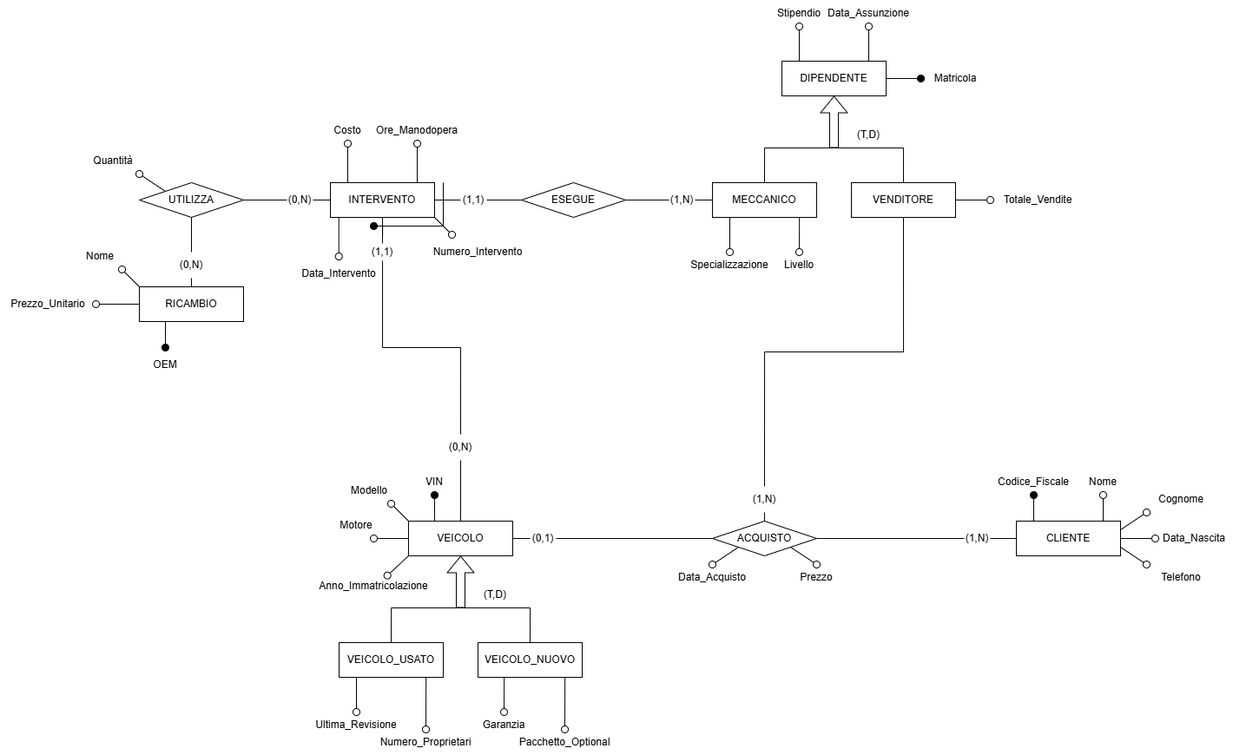
Before: Schema ER.png, a diagram exported from draw.io (Ahwrs/ProgettoBasi). Source tidied: cells renumbered, new cells last; positions are measured from the earlier drawing's top-left corner, leaving out a move shared by most shapes.
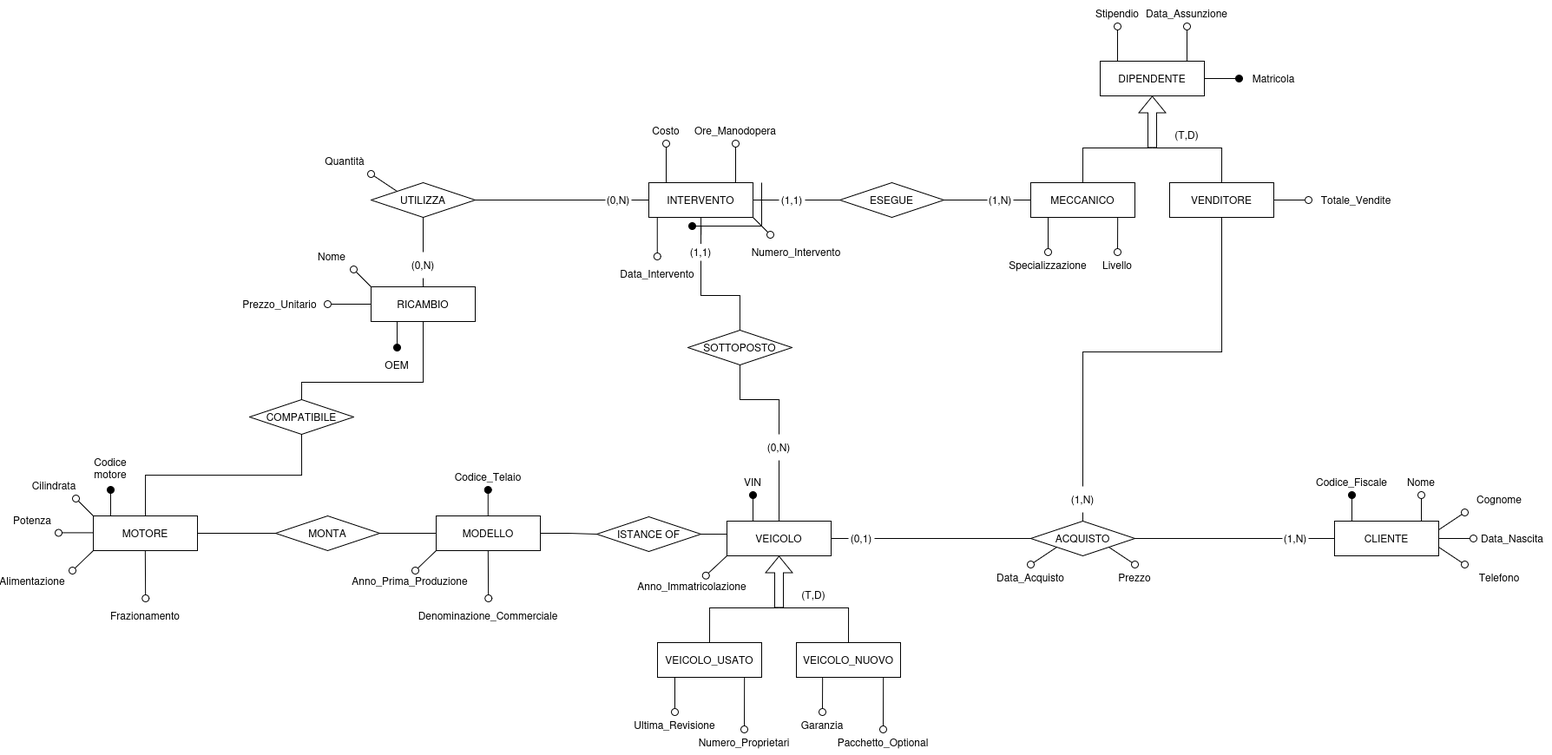
After the change.

The edit, as a diff of the source:
```diff
@@ -5,12 +5,6 @@
     <mxCell id="2" style="rounded=0;jettySize=auto;html=1;exitX=0.25;exitY=0;exitDx=0;exitDy=0;endArrow=oval;endFill=1;entryX=0.5;entryY=1;entryDx=0;entryDy=0;startSize=8;endSize=8;" parent="1" edge="1" source="8" target="9">
       <mxGeometry relative="1" as="geometry" />
     </mxCell>
-    <mxCell id="3" style="rounded=0;jettySize=auto;html=1;exitX=0;exitY=0;exitDx=0;exitDy=0;endArrow=oval;endFill=0;entryX=1;entryY=1;entryDx=0;entryDy=0;startSize=8;endSize=8;" parent="1" edge="1" source="8" target="12">
-      <mxGeometry relative="1" as="geometry" />
-    </mxCell>
-    <mxCell id="4" style="rounded=0;jettySize=auto;html=1;exitX=0;exitY=0.5;exitDx=0;exitDy=0;endArrow=oval;endFill=0;entryX=1;entryY=1;entryDx=0;entryDy=0;startSize=8;endSize=8;" parent="1" edge="1" source="8" target="11">
-      <mxGeometry relative="1" as="geometry" />
-    </mxCell>
     <mxCell id="5" style="rounded=0;jettySize=auto;html=1;exitX=0;exitY=1;exitDx=0;exitDy=0;endArrow=oval;endFill=0;entryX=0.892;entryY=0.09;entryDx=0;entryDy=0;entryPerimeter=0;startSize=8;endSize=8;" parent="1" edge="1" source="8" target="10">
       <mxGeometry relative="1" as="geometry" />
     </mxCell>
@@ -29,12 +23,6 @@
     <mxCell id="10" value="Anno_Immatricolazione" style="text;html=1;whiteSpace=wrap;strokeColor=none;fillColor=none;align=center;verticalAlign=middle;rounded=0;" parent="1" vertex="1">
       <mxGeometry x="410" y="660" width="40" height="30" as="geometry" />
     </mxCell>
-    <mxCell id="11" value="Motore" style="text;html=1;whiteSpace=wrap;strokeColor=none;fillColor=none;align=center;verticalAlign=middle;rounded=0;" parent="1" vertex="1">
-      <mxGeometry x="390" y="590" width="40" height="30" as="geometry" />
-    </mxCell>
-    <mxCell id="12" value="Modello" style="text;html=1;whiteSpace=wrap;strokeColor=none;fillColor=none;align=center;verticalAlign=middle;rounded=0;" parent="1" vertex="1">
-      <mxGeometry x="400" y="550" width="50" height="30" as="geometry" />
-    </mxCell>
     <mxCell id="13" style="rounded=0;jettySize=auto;html=1;exitX=0.25;exitY=0;exitDx=0;exitDy=0;endArrow=oval;endFill=1;entryX=0.5;entryY=1;entryDx=0;entryDy=0;startSize=8;endSize=8;" parent="1" edge="1" target="16">
       <mxGeometry relative="1" as="geometry">
         <mxPoint x="1190" y="600" as="sourcePoint" />
@@ -275,11 +263,11 @@
     </mxCell>
     <mxCell id="74" style="rounded=0;jettySize=auto;html=1;exitX=0;exitY=0;exitDx=0;exitDy=0;endArrow=oval;endFill=0;startSize=8;endSize=8;" parent="1" edge="1" source="75">
       <mxGeometry relative="1" as="geometry">
-        <mxPoint x="160" y="200" as="targetPoint" />
+        <mxPoint x="60" y="200" as="targetPoint" />
       </mxGeometry>
     </mxCell>
     <mxCell id="75" value="UTILIZZA" style="rhombus;whiteSpace=wrap;html=1;" parent="1" vertex="1">
-      <mxGeometry x="160" y="210" width="120" height="40" as="geometry" />
+      <mxGeometry x="60" y="210" width="120" height="40" as="geometry" />
     </mxCell>
     <mxCell id="76" style="rounded=0;jettySize=auto;html=1;exitX=0.25;exitY=1;exitDx=0;exitDy=0;endArrow=oval;endFill=1;startSize=8;endSize=8;entryX=0.5;entryY=0;entryDx=0;entryDy=0;" parent="1" edge="1" source="80" target="81">
       <mxGeometry relative="1" as="geometry" />
@@ -294,16 +282,16 @@
       <mxGeometry relative="1" as="geometry" />
     </mxCell>
     <mxCell id="80" value="RICAMBIO" style="rounded=0;whiteSpace=wrap;html=1;" parent="1" vertex="1">
-      <mxGeometry x="160" y="330" width="120" height="40" as="geometry" />
+      <mxGeometry x="60" y="330" width="120" height="40" as="geometry" />
     </mxCell>
     <mxCell id="81" value="OEM" style="text;html=1;whiteSpace=wrap;strokeColor=none;fillColor=none;align=center;verticalAlign=middle;rounded=0;" parent="1" vertex="1">
-      <mxGeometry x="170" y="400" width="40" height="40" as="geometry" />
+      <mxGeometry x="70" y="400" width="40" height="40" as="geometry" />
     </mxCell>
     <mxCell id="82" value="Prezzo_Unitario" style="text;html=1;whiteSpace=wrap;strokeColor=none;fillColor=none;align=center;verticalAlign=middle;rounded=0;" parent="1" vertex="1">
-      <mxGeometry y="335" width="110" height="30" as="geometry" />
+      <mxGeometry x="-100" y="335" width="110" height="30" as="geometry" />
     </mxCell>
     <mxCell id="83" value="Nome" style="text;html=1;whiteSpace=wrap;strokeColor=none;fillColor=none;align=center;verticalAlign=middle;rounded=0;" parent="1" vertex="1">
-      <mxGeometry x="90" y="280" width="50" height="30" as="geometry" />
+      <mxGeometry x="-10" y="280" width="50" height="30" as="geometry" />
     </mxCell>
     <mxCell id="84" style="edgeStyle=none;curved=1;rounded=0;orthogonalLoop=1;jettySize=auto;html=1;exitX=0.25;exitY=0;exitDx=0;exitDy=0;fontSize=12;startSize=8;endSize=8;endArrow=oval;endFill=0;entryX=0.5;entryY=1;entryDx=0;entryDy=0;" parent="1" edge="1">
       <mxGeometry relative="1" as="geometry">
@@ -323,9 +311,9 @@
       <mxGeometry x="630" y="840" width="40" height="30" as="geometry" />
     </mxCell>
     <mxCell id="88" value="Quantità" style="text;html=1;whiteSpace=wrap;strokeColor=none;fillColor=none;align=center;verticalAlign=middle;rounded=0;" parent="1" vertex="1">
-      <mxGeometry x="100" y="170" width="60" height="30" as="geometry" />
+      <mxGeometry y="170" width="60" height="30" as="geometry" />
     </mxCell>
-    <mxCell id="89" style="rounded=0;jettySize=auto;html=1;exitX=0.5;exitY=0;exitDx=0;exitDy=0;edgeStyle=orthogonalEdgeStyle;endArrow=none;endFill=0;" parent="1" edge="1" source="102" target="90">
+    <mxCell id="89" style="rounded=0;jettySize=auto;html=1;exitX=0.5;exitY=0;exitDx=0;exitDy=0;edgeStyle=orthogonalEdgeStyle;endArrow=none;endFill=0;" parent="1" edge="1" source="120" target="90">
       <mxGeometry relative="1" as="geometry" />
     </mxCell>
     <mxCell id="90" value="(1,1)" style="text;html=1;whiteSpace=wrap;strokeColor=none;fillColor=none;align=center;verticalAlign=middle;rounded=0;" parent="1" vertex="1">
@@ -377,7 +365,125 @@
       <mxGeometry relative="1" as="geometry" />
     </mxCell>
     <mxCell id="106" value="(0,N)" style="text;html=1;whiteSpace=wrap;strokeColor=none;fillColor=none;align=center;verticalAlign=middle;rounded=0;" parent="1" vertex="1">
-      <mxGeometry x="205" y="290" width="30" height="30" as="geometry" />
+      <mxGeometry x="105" y="290" width="30" height="30" as="geometry" />
     </mxCell>
+    <mxCell id="107" value="MOTORE" style="rounded=0;whiteSpace=wrap;html=1;" parent="1" vertex="1">
+      <mxGeometry x="-260" y="594" width="120" height="40" as="geometry" />
+    </mxCell>
+    <mxCell id="108" style="rounded=0;orthogonalLoop=1;jettySize=auto;html=1;exitX=0.25;exitY=0;exitDx=0;exitDy=0;endArrow=oval;endFill=1;startSize=8;endSize=8;" parent="1" edge="1">
+      <mxGeometry relative="1" as="geometry">
+        <mxPoint x="-240" y="594" as="sourcePoint" />
+        <mxPoint x="-240" y="564" as="targetPoint" />
+      </mxGeometry>
+    </mxCell>
+    <mxCell id="109" value="Codice motore" style="text;html=1;whiteSpace=wrap;strokeColor=none;fillColor=none;align=center;verticalAlign=middle;rounded=0;" parent="1" vertex="1">
+      <mxGeometry x="-260" y="524" width="40" height="30" as="geometry" />
+    </mxCell>
+    <mxCell id="110" style="rounded=0;orthogonalLoop=1;jettySize=auto;html=1;exitX=0;exitY=0;exitDx=0;exitDy=0;endArrow=oval;endFill=0;entryX=1;entryY=1;entryDx=0;entryDy=0;startSize=8;endSize=8;" parent="1" edge="1">
+      <mxGeometry relative="1" as="geometry">
+        <mxPoint x="-260" y="594" as="sourcePoint" />
+        <mxPoint x="-280" y="574" as="targetPoint" />
+      </mxGeometry>
+    </mxCell>
+    <mxCell id="111" value="Cilindrata" style="text;html=1;whiteSpace=wrap;strokeColor=none;fillColor=none;align=center;verticalAlign=middle;rounded=0;" parent="1" vertex="1">
+      <mxGeometry x="-330" y="544" width="50" height="30" as="geometry" />
+    </mxCell>
+    <mxCell id="112" style="rounded=0;orthogonalLoop=1;jettySize=auto;html=1;exitX=0;exitY=0.5;exitDx=0;exitDy=0;endArrow=oval;endFill=0;entryX=1;entryY=1;entryDx=0;entryDy=0;startSize=8;endSize=8;" parent="1" edge="1">
+      <mxGeometry relative="1" as="geometry">
+        <mxPoint x="-260" y="613.4" as="sourcePoint" />
+        <mxPoint x="-300" y="613.4" as="targetPoint" />
+      </mxGeometry>
+    </mxCell>
+    <mxCell id="113" value="Potenza" style="text;html=1;whiteSpace=wrap;strokeColor=none;fillColor=none;align=center;verticalAlign=middle;rounded=0;" parent="1" vertex="1">
+      <mxGeometry x="-350" y="584" width="40" height="30" as="geometry" />
+    </mxCell>
+    <mxCell id="114" style="rounded=0;orthogonalLoop=1;jettySize=auto;html=1;exitX=0;exitY=1;exitDx=0;exitDy=0;endArrow=oval;endFill=0;entryX=0.892;entryY=0.09;entryDx=0;entryDy=0;entryPerimeter=0;startSize=8;endSize=8;" parent="1" edge="1">
+      <mxGeometry relative="1" as="geometry">
+        <mxPoint x="-260" y="634" as="sourcePoint" />
+        <mxPoint x="-284" y="657" as="targetPoint" />
+      </mxGeometry>
+    </mxCell>
+    <mxCell id="115" value="Alimentazione" style="text;html=1;whiteSpace=wrap;strokeColor=none;fillColor=none;align=center;verticalAlign=middle;rounded=0;" parent="1" vertex="1">
+      <mxGeometry x="-350" y="654" width="40" height="30" as="geometry" />
+    </mxCell>
+    <mxCell id="116" style="rounded=0;orthogonalLoop=1;jettySize=auto;html=1;exitX=0.25;exitY=1;exitDx=0;exitDy=0;entryX=0.5;entryY=0;entryDx=0;entryDy=0;endArrow=oval;endFill=0;startSize=8;endSize=8;" parent="1" edge="1">
+      <mxGeometry relative="1" as="geometry">
+        <mxPoint x="-200.1" y="634" as="sourcePoint" />
+        <mxPoint x="-199.9" y="689" as="targetPoint" />
+      </mxGeometry>
+    </mxCell>
+    <mxCell id="117" value="Frazionamento" style="text;html=1;whiteSpace=wrap;strokeColor=none;fillColor=none;align=center;verticalAlign=middle;rounded=0;" parent="1" vertex="1">
+      <mxGeometry x="-220" y="694" width="40" height="30" as="geometry" />
+    </mxCell>
+    <mxCell id="118" value="MONTA" style="rhombus;whiteSpace=wrap;html=1;" parent="1" vertex="1">
+      <mxGeometry x="-50" y="594" width="120" height="40" as="geometry" />
+    </mxCell>
+    <mxCell id="119" style="rounded=0;jettySize=auto;html=1;exitX=0.5;exitY=0;exitDx=0;exitDy=0;edgeStyle=orthogonalEdgeStyle;endArrow=none;endFill=0;" parent="1" edge="1" source="102" target="120">
+      <mxGeometry relative="1" as="geometry" />
+    </mxCell>
+    <mxCell id="120" value="SOTTOPOSTO" style="rhombus;whiteSpace=wrap;html=1;" parent="1" vertex="1">
+      <mxGeometry x="425" y="380" width="120" height="40" as="geometry" />
+    </mxCell>
+    <mxCell id="121" style="rounded=0;jettySize=auto;html=1;exitX=1;exitY=0.5;exitDx=0;exitDy=0;edgeStyle=orthogonalEdgeStyle;endArrow=none;endFill=0;entryX=0;entryY=0.5;entryDx=0;entryDy=0;" parent="1" edge="1" source="107" target="118">
+      <mxGeometry relative="1" as="geometry" />
+    </mxCell>
+    <mxCell id="122" value="MODELLO" style="rounded=0;whiteSpace=wrap;html=1;" parent="1" vertex="1">
+      <mxGeometry x="135" y="594" width="120" height="40" as="geometry" />
+    </mxCell>
+    <mxCell id="123" style="rounded=0;jettySize=auto;html=1;exitX=1;exitY=0.5;exitDx=0;exitDy=0;edgeStyle=orthogonalEdgeStyle;endArrow=none;endFill=0;entryX=0;entryY=0.5;entryDx=0;entryDy=0;" parent="1" edge="1" target="122">
+      <mxGeometry relative="1" as="geometry">
+        <mxPoint x="70" y="614" as="sourcePoint" />
+      </mxGeometry>
+    </mxCell>
+    <mxCell id="124" style="rounded=0;jettySize=auto;html=1;exitX=1;exitY=0.5;exitDx=0;exitDy=0;edgeStyle=orthogonalEdgeStyle;endArrow=none;endFill=0;entryX=0;entryY=0.5;entryDx=0;entryDy=0;" parent="1" edge="1" source="133" target="8">
+      <mxGeometry relative="1" as="geometry" />
+    </mxCell>
+    <mxCell id="125" value="Codice_Telaio" style="text;html=1;whiteSpace=wrap;strokeColor=none;fillColor=none;align=center;verticalAlign=middle;rounded=0;" parent="1" vertex="1">
+      <mxGeometry x="175" y="534" width="40" height="30" as="geometry" />
+    </mxCell>
+    <mxCell id="126" style="rounded=0;orthogonalLoop=1;jettySize=auto;html=1;exitX=0.25;exitY=0;exitDx=0;exitDy=0;endArrow=oval;endFill=1;entryX=0.5;entryY=1;entryDx=0;entryDy=0;startSize=8;endSize=8;" parent="1" edge="1">
+      <mxGeometry relative="1" as="geometry">
+        <mxPoint x="194.8" y="594" as="sourcePoint" />
+        <mxPoint x="194.8" y="564" as="targetPoint" />
+      </mxGeometry>
+    </mxCell>
+    <mxCell id="127" style="rounded=0;orthogonalLoop=1;jettySize=auto;html=1;exitX=0.25;exitY=1;exitDx=0;exitDy=0;entryX=0.5;entryY=0;entryDx=0;entryDy=0;endArrow=oval;endFill=0;startSize=8;endSize=8;" parent="1" edge="1">
+      <mxGeometry relative="1" as="geometry">
+        <mxPoint x="194.8" y="634" as="sourcePoint" />
+        <mxPoint x="195.1" y="689" as="targetPoint" />
+      </mxGeometry>
+    </mxCell>
+    <mxCell id="128" value="&lt;div&gt;Denominazione_Commerciale&lt;/div&gt;" style="text;html=1;whiteSpace=wrap;strokeColor=none;fillColor=none;align=center;verticalAlign=middle;rounded=0;" parent="1" vertex="1">
+      <mxGeometry x="175" y="694" width="40" height="30" as="geometry" />
+    </mxCell>
+    <mxCell id="129" style="rounded=0;orthogonalLoop=1;jettySize=auto;html=1;exitX=0;exitY=1;exitDx=0;exitDy=0;endArrow=oval;endFill=0;entryX=0.892;entryY=0.09;entryDx=0;entryDy=0;entryPerimeter=0;startSize=8;endSize=8;" parent="1" edge="1">
+      <mxGeometry relative="1" as="geometry">
+        <mxPoint x="135" y="634" as="sourcePoint" />
+        <mxPoint x="111" y="657" as="targetPoint" />
+      </mxGeometry>
+    </mxCell>
+    <mxCell id="130" value="Anno_Prima_Produzione" style="text;html=1;whiteSpace=wrap;strokeColor=none;fillColor=none;align=center;verticalAlign=middle;rounded=0;" parent="1" vertex="1">
+      <mxGeometry x="85" y="654" width="40" height="30" as="geometry" />
+    </mxCell>
+    <mxCell id="131" style="rounded=0;jettySize=auto;html=1;exitX=0.5;exitY=0;exitDx=0;exitDy=0;edgeStyle=orthogonalEdgeStyle;endArrow=none;endFill=0;entryX=0.5;entryY=1;entryDx=0;entryDy=0;" parent="1" edge="1" source="135" target="80">
+      <mxGeometry relative="1" as="geometry">
+        <Array as="points">
+          <mxPoint x="-20" y="440" />
+          <mxPoint x="120" y="440" />
+        </Array>
+      </mxGeometry>
+    </mxCell>
+    <mxCell id="132" style="rounded=0;jettySize=auto;html=1;exitX=1;exitY=0.5;exitDx=0;exitDy=0;edgeStyle=orthogonalEdgeStyle;endArrow=none;endFill=0;entryX=0;entryY=0.5;entryDx=0;entryDy=0;" parent="1" edge="1" source="122" target="133">
+      <mxGeometry relative="1" as="geometry" />
+    </mxCell>
+    <mxCell id="133" value="ISTANCE OF" style="rhombus;whiteSpace=wrap;html=1;" parent="1" vertex="1">
+      <mxGeometry x="320" y="595" width="120" height="40" as="geometry" />
+    </mxCell>
+    <mxCell id="134" style="rounded=0;jettySize=auto;html=1;exitX=0.5;exitY=0;exitDx=0;exitDy=0;edgeStyle=orthogonalEdgeStyle;endArrow=none;endFill=0;entryX=0.5;entryY=1;entryDx=0;entryDy=0;" parent="1" edge="1" source="107" target="135">
+      <mxGeometry relative="1" as="geometry" />
+    </mxCell>
+    <mxCell id="135" value="COMPATIBILE" style="rhombus;whiteSpace=wrap;html=1;" parent="1" vertex="1">
+      <mxGeometry x="-80" y="460" width="120" height="40" as="geometry" />
+    </mxCell>
   </root>
 </mxGraphModel>
```
